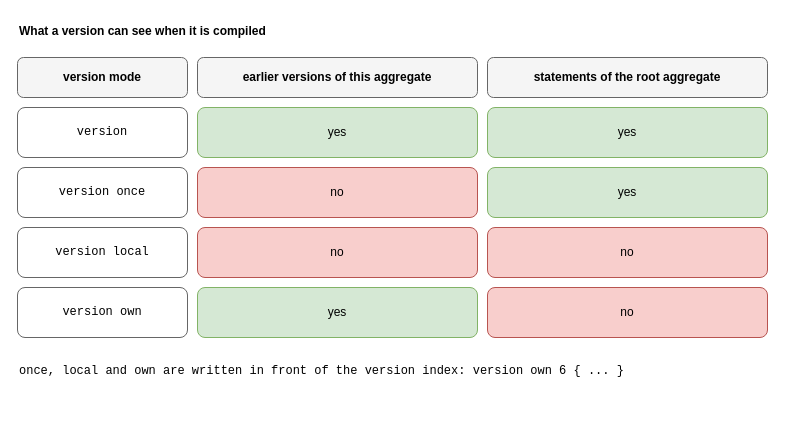
Earlier version of the draw.io diagram drawio/09_version_modes.drawio (goloveshin/galimatron_doc). Source tidied: cells renumbered, new cells numbered last; positions are measured from the earlier drawing's top-left corner, leaving out a move shared by most shapes. Both pictures are drawn from the tidied source at 100%, with x=0, y=0 at pixel (17, 17).
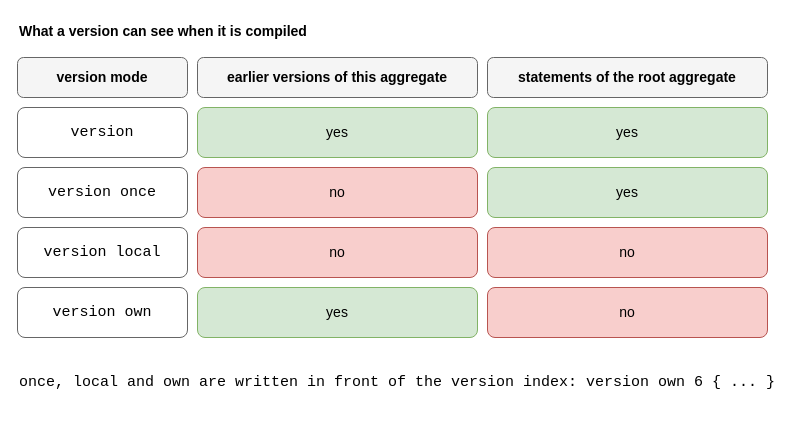
After the change.

What changed in the source:
```diff
@@
 <mxGraphModel>
   <root>
     <mxCell id="0" />
     <mxCell id="1" parent="0" />
-    <mxCell id="2" value="What a version can see when it is compiled" style="text;html=1;whiteSpace=wrap;verticalAlign=middle;align=left;fontStyle=1;" parent="1" vertex="1">
+    <mxCell id="2" value="What a version can see when it is compiled" style="text;html=1;whiteSpace=wrap;verticalAlign=middle;align=left;fontStyle=1;fontSize=14;" parent="1" vertex="1">
       <mxGeometry width="760" height="28" as="geometry" />
     </mxCell>
-    <mxCell id="3" value="version mode" style="rounded=1;whiteSpace=wrap;html=1;fillColor=#f5f5f5;strokeColor=#666666;fontStyle=1;" parent="1" vertex="1">
+    <mxCell id="3" value="version mode" style="rounded=1;whiteSpace=wrap;html=1;fillColor=#f5f5f5;strokeColor=#666666;fontStyle=1;fontSize=14;" parent="1" vertex="1">
       <mxGeometry y="40" width="170" height="40" as="geometry" />
     </mxCell>
-    <mxCell id="4" value="earlier versions of this aggregate" style="rounded=1;whiteSpace=wrap;html=1;fillColor=#f5f5f5;strokeColor=#666666;fontStyle=1;" parent="1" vertex="1">
+    <mxCell id="4" value="earlier versions of this aggregate" style="rounded=1;whiteSpace=wrap;html=1;fillColor=#f5f5f5;strokeColor=#666666;fontStyle=1;fontSize=14;" parent="1" vertex="1">
       <mxGeometry x="180" y="40" width="280" height="40" as="geometry" />
     </mxCell>
-    <mxCell id="5" value="statements of the root aggregate" style="rounded=1;whiteSpace=wrap;html=1;fillColor=#f5f5f5;strokeColor=#666666;fontStyle=1;" parent="1" vertex="1">
+    <mxCell id="5" value="statements of the root aggregate" style="rounded=1;whiteSpace=wrap;html=1;fillColor=#f5f5f5;strokeColor=#666666;fontStyle=1;fontSize=14;" parent="1" vertex="1">
       <mxGeometry x="470" y="40" width="280" height="40" as="geometry" />
     </mxCell>
-    <mxCell id="6" value="version" style="rounded=1;whiteSpace=wrap;html=1;fillColor=#ffffff;strokeColor=#666666;fontFamily=Courier New;" parent="1" vertex="1">
+    <mxCell id="6" value="version" style="rounded=1;whiteSpace=wrap;html=1;fillColor=#ffffff;strokeColor=#666666;fontFamily=Courier New;fontSize=15;" parent="1" vertex="1">
       <mxGeometry y="90" width="170" height="50" as="geometry" />
     </mxCell>
-    <mxCell id="7" value="yes" style="rounded=1;whiteSpace=wrap;html=1;fillColor=#d5e8d4;strokeColor=#82b366;" parent="1" vertex="1">
+    <mxCell id="7" value="yes" style="rounded=1;whiteSpace=wrap;html=1;fillColor=#d5e8d4;strokeColor=#82b366;fontSize=14;" parent="1" vertex="1">
       <mxGeometry x="180" y="90" width="280" height="50" as="geometry" />
     </mxCell>
-    <mxCell id="8" value="yes" style="rounded=1;whiteSpace=wrap;html=1;fillColor=#d5e8d4;strokeColor=#82b366;" parent="1" vertex="1">
+    <mxCell id="8" value="yes" style="rounded=1;whiteSpace=wrap;html=1;fillColor=#d5e8d4;strokeColor=#82b366;fontSize=14;" parent="1" vertex="1">
       <mxGeometry x="470" y="90" width="280" height="50" as="geometry" />
     </mxCell>
-    <mxCell id="9" value="version once" style="rounded=1;whiteSpace=wrap;html=1;fillColor=#ffffff;strokeColor=#666666;fontFamily=Courier New;" parent="1" vertex="1">
+    <mxCell id="9" value="version once" style="rounded=1;whiteSpace=wrap;html=1;fillColor=#ffffff;strokeColor=#666666;fontFamily=Courier New;fontSize=15;" parent="1" vertex="1">
       <mxGeometry y="150" width="170" height="50" as="geometry" />
     </mxCell>
-    <mxCell id="10" value="no" style="rounded=1;whiteSpace=wrap;html=1;fillColor=#f8cecc;strokeColor=#b85450;" parent="1" vertex="1">
+    <mxCell id="10" value="no" style="rounded=1;whiteSpace=wrap;html=1;fillColor=#f8cecc;strokeColor=#b85450;fontSize=14;" parent="1" vertex="1">
       <mxGeometry x="180" y="150" width="280" height="50" as="geometry" />
     </mxCell>
-    <mxCell id="11" value="yes" style="rounded=1;whiteSpace=wrap;html=1;fillColor=#d5e8d4;strokeColor=#82b366;" parent="1" vertex="1">
+    <mxCell id="11" value="yes" style="rounded=1;whiteSpace=wrap;html=1;fillColor=#d5e8d4;strokeColor=#82b366;fontSize=14;" parent="1" vertex="1">
       <mxGeometry x="470" y="150" width="280" height="50" as="geometry" />
     </mxCell>
-    <mxCell id="12" value="version local" style="rounded=1;whiteSpace=wrap;html=1;fillColor=#ffffff;strokeColor=#666666;fontFamily=Courier New;" parent="1" vertex="1">
+    <mxCell id="12" value="version local" style="rounded=1;whiteSpace=wrap;html=1;fillColor=#ffffff;strokeColor=#666666;fontFamily=Courier New;fontSize=15;" parent="1" vertex="1">
       <mxGeometry y="210" width="170" height="50" as="geometry" />
     </mxCell>
-    <mxCell id="13" value="no" style="rounded=1;whiteSpace=wrap;html=1;fillColor=#f8cecc;strokeColor=#b85450;" parent="1" vertex="1">
+    <mxCell id="13" value="no" style="rounded=1;whiteSpace=wrap;html=1;fillColor=#f8cecc;strokeColor=#b85450;fontSize=14;" parent="1" vertex="1">
       <mxGeometry x="180" y="210" width="280" height="50" as="geometry" />
     </mxCell>
-    <mxCell id="14" value="no" style="rounded=1;whiteSpace=wrap;html=1;fillColor=#f8cecc;strokeColor=#b85450;" parent="1" vertex="1">
+    <mxCell id="14" value="no" style="rounded=1;whiteSpace=wrap;html=1;fillColor=#f8cecc;strokeColor=#b85450;fontSize=14;" parent="1" vertex="1">
       <mxGeometry x="470" y="210" width="280" height="50" as="geometry" />
     </mxCell>
-    <mxCell id="15" value="version own" style="rounded=1;whiteSpace=wrap;html=1;fillColor=#ffffff;strokeColor=#666666;fontFamily=Courier New;" parent="1" vertex="1">
+    <mxCell id="15" value="version own" style="rounded=1;whiteSpace=wrap;html=1;fillColor=#ffffff;strokeColor=#666666;fontFamily=Courier New;fontSize=15;" parent="1" vertex="1">
       <mxGeometry y="270" width="170" height="50" as="geometry" />
     </mxCell>
-    <mxCell id="16" value="yes" style="rounded=1;whiteSpace=wrap;html=1;fillColor=#d5e8d4;strokeColor=#82b366;" parent="1" vertex="1">
+    <mxCell id="16" value="yes" style="rounded=1;whiteSpace=wrap;html=1;fillColor=#d5e8d4;strokeColor=#82b366;fontSize=14;" parent="1" vertex="1">
       <mxGeometry x="180" y="270" width="280" height="50" as="geometry" />
     </mxCell>
-    <mxCell id="17" value="no" style="rounded=1;whiteSpace=wrap;html=1;fillColor=#f8cecc;strokeColor=#b85450;" parent="1" vertex="1">
+    <mxCell id="17" value="no" style="rounded=1;whiteSpace=wrap;html=1;fillColor=#f8cecc;strokeColor=#b85450;fontSize=14;" parent="1" vertex="1">
       <mxGeometry x="470" y="270" width="280" height="50" as="geometry" />
     </mxCell>
-    <mxCell id="18" value="once, local and own are written in front of the version index:  version own 6 { ... }" style="text;html=1;whiteSpace=wrap;verticalAlign=middle;align=left;fontSize=12;fontFamily=Courier New;" parent="1" vertex="1">
-      <mxGeometry y="340" width="760" height="28" as="geometry" />
+    <mxCell id="18" value="once, local and own are written in front of the version index:  version own 6 { ... }" style="text;html=1;whiteSpace=wrap;verticalAlign=middle;align=left;fontSize=15;fontFamily=Courier New;" parent="1" vertex="1">
+      <mxGeometry y="340" width="770" height="50" as="geometry" />
     </mxCell>
   </root>
 </mxGraphModel>
```
